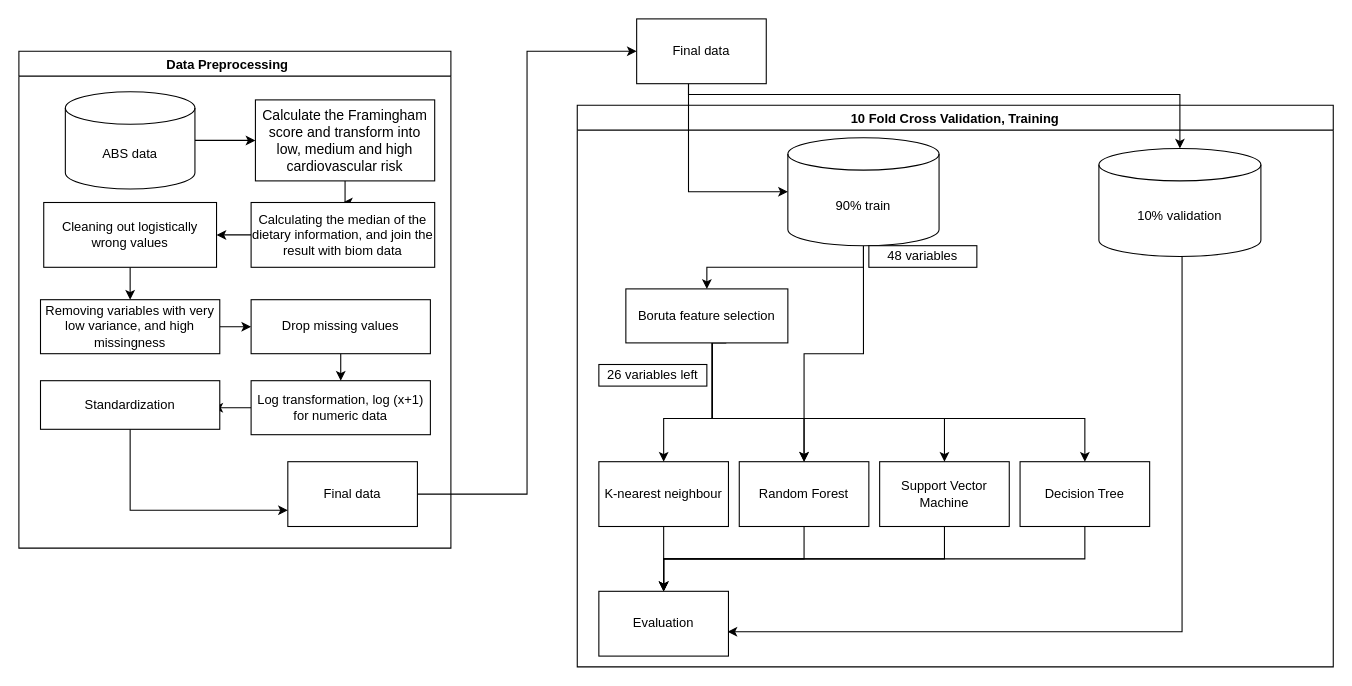
Earlier version of the draw.io diagram figures/flowchart.drawio (ida3266/PROJECT1_TEAM20). Source tidied: cells renumbered, new cells numbered last; positions are measured from the earlier drawing's top-left corner, leaving out a move shared by most shapes. Both pictures are drawn from the tidied source at 108%, with x=0, y=0 at pixel (18, 18).
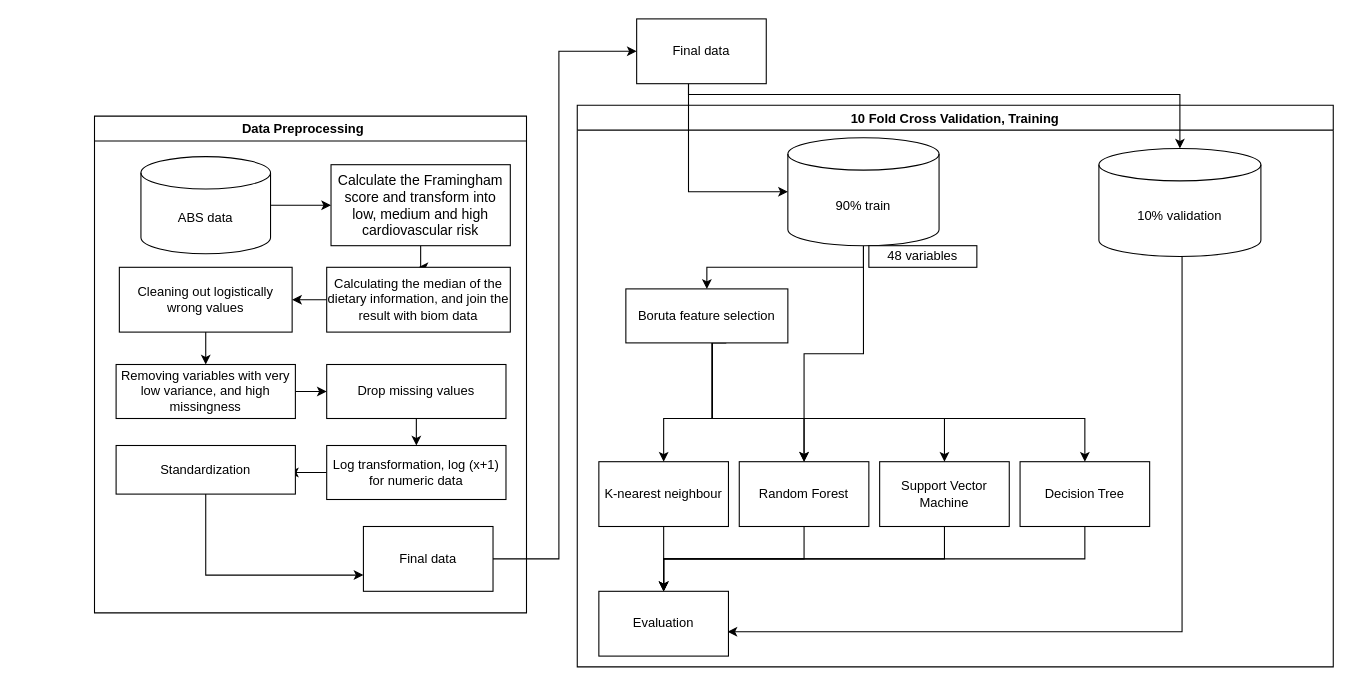
The same page after the edit.

The change refers to these unchanged cells:
```xml
<mxCell id="2" value="10 Fold Cross Validation, Training" style="swimlane;" parent="1" vertex="1">
  <mxGeometry x="517" y="80" width="700" height="520" as="geometry" />
</mxCell>
<mxCell id="29" value="Final data" style="rounded=0;whiteSpace=wrap;html=1;" parent="24" vertex="1">
  <mxGeometry x="249" y="380" width="120" height="60" as="geometry" />
</mxCell>
<mxCell id="44" value="Final data" style="rounded=0;whiteSpace=wrap;html=1;" parent="1" vertex="1">
  <mxGeometry x="572" width="120" height="60" as="geometry" />
</mxCell>
```

What changed in the source:
```diff
@@
-    <mxCell id="21" value="26 variables left" style="rounded=0;whiteSpace=wrap;html=1;" parent="2" vertex="1">
-      <mxGeometry x="20" y="240" width="100" height="20" as="geometry" />
-    </mxCell>
@@
     <mxCell id="24" value="Data Preprocessing    " style="swimlane;" parent="1" vertex="1">
-      <mxGeometry y="30" width="400" height="460" as="geometry" />
+      <mxGeometry x="70" y="90" width="400" height="460" as="geometry" />
     </mxCell>
@@
     <mxCell id="45" style="edgeStyle=orthogonalEdgeStyle;rounded=0;jettySize=auto;html=1;entryX=0;entryY=0.5;entryDx=0;entryDy=0;" parent="1" edge="1" source="29" target="44">
-      <mxGeometry relative="1" as="geometry" />
+      <mxGeometry relative="1" as="geometry">
+        <Array as="points">
+          <mxPoint x="500" y="500" />
+          <mxPoint x="500" y="30" />
+        </Array>
+      </mxGeometry>
     </mxCell>
```
